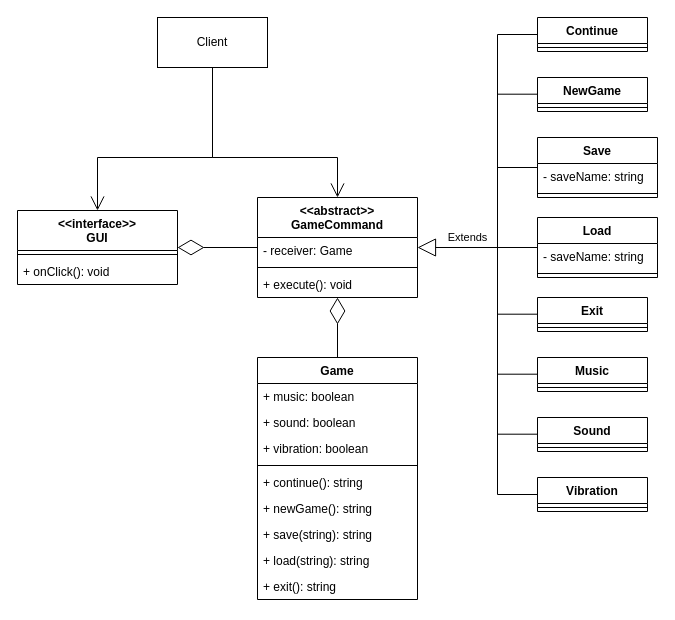
Above: diagrams/behavioral/1iterator.drawio in Vlas1d/BasePatterns (draw.io), before the change. Source tidied: cells renumbered, new cells numbered last; positions are measured from the earlier drawing's top-left corner, leaving out a move shared by most shapes. Both pictures are drawn from the tidied source at 100%, with x=0, y=0 at pixel (17, 17).
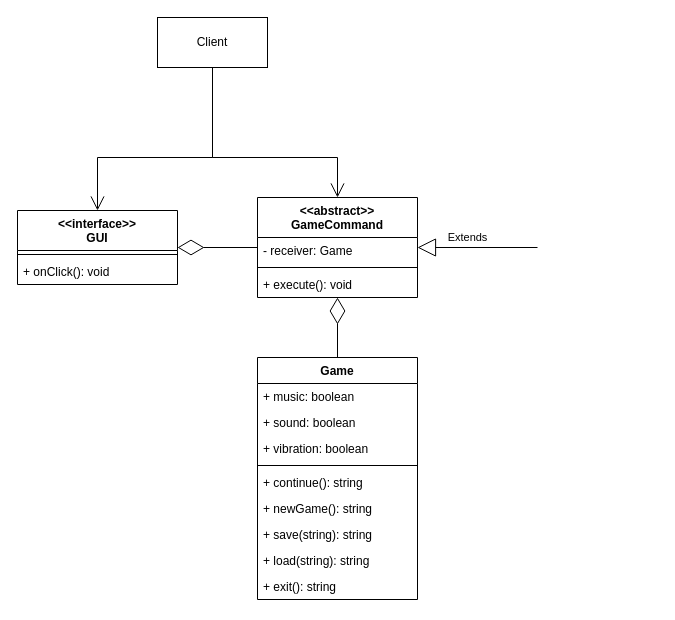
The same page after the edit.

Commit message (it also covers changes not shown here):
Memento(code&diagram)

The change refers to these unchanged cells:
```xml
<mxCell id="7" value="&amp;lt;&amp;lt;abstract&amp;gt;&amp;gt;&lt;br&gt;GameCommand" style="swimlane;fontStyle=1;align=center;verticalAlign=top;horizontal=1;startSize=40;whiteSpace=wrap;html=1;" parent="1" vertex="1">
  <mxGeometry x="240" y="180" width="160" height="100" as="geometry" />
</mxCell>
```

Diff of the diagram source:
```diff
@@
-    <mxCell id="11" value="Continue" style="swimlane;fontStyle=1;align=center;verticalAlign=top;horizontal=1;startSize=26;whiteSpace=wrap;html=1;" parent="1" vertex="1">
-      <mxGeometry x="520" width="110" height="34" as="geometry" />
-    </mxCell>
-    <mxCell id="12" style="line;strokeWidth=1;fillColor=none;align=left;verticalAlign=middle;spacingTop=-1;spacingLeft=3;spacingRight=3;labelPosition=right;strokeColor=inherit;" parent="11" vertex="1">
-      <mxGeometry y="26" width="110" height="8" as="geometry" />
-    </mxCell>
-    <mxCell id="13" value="NewGame" style="swimlane;fontStyle=1;align=center;verticalAlign=top;horizontal=1;startSize=26;whiteSpace=wrap;html=1;" parent="1" vertex="1">
-      <mxGeometry x="520" y="60" width="110" height="34" as="geometry" />
-    </mxCell>
-    <mxCell id="14" style="line;strokeWidth=1;fillColor=none;align=left;verticalAlign=middle;spacingTop=-1;spacingLeft=3;spacingRight=3;labelPosition=right;strokeColor=inherit;" parent="13" vertex="1">
-      <mxGeometry y="26" width="110" height="8" as="geometry" />
-    </mxCell>
-    <mxCell id="15" value="Save" style="swimlane;fontStyle=1;align=center;verticalAlign=top;horizontal=1;startSize=26;whiteSpace=wrap;html=1;" parent="1" vertex="1">
-      <mxGeometry x="520" y="120" width="120" height="60" as="geometry" />
-    </mxCell>
-    <mxCell id="16" value="- saveName: string" style="text;strokeColor=none;fillColor=none;align=left;verticalAlign=top;spacingLeft=4;spacingRight=4;overflow=hidden;whiteSpace=wrap;html=1;" parent="15" vertex="1">
-      <mxGeometry y="26" width="120" height="26" as="geometry" />
-    </mxCell>
-    <mxCell id="17" style="line;strokeWidth=1;fillColor=none;align=left;verticalAlign=middle;spacingTop=-1;spacingLeft=3;spacingRight=3;labelPosition=right;strokeColor=inherit;" parent="15" vertex="1">
-      <mxGeometry y="52" width="120" height="8" as="geometry" />
-    </mxCell>
-    <mxCell id="18" value="Load" style="swimlane;fontStyle=1;align=center;verticalAlign=top;horizontal=1;startSize=26;whiteSpace=wrap;html=1;" parent="1" vertex="1">
-      <mxGeometry x="520" y="200" width="120" height="60" as="geometry" />
-    </mxCell>
-    <mxCell id="19" value="- saveName: string" style="text;strokeColor=none;fillColor=none;align=left;verticalAlign=top;spacingLeft=4;spacingRight=4;overflow=hidden;whiteSpace=wrap;html=1;" parent="18" vertex="1">
-      <mxGeometry y="26" width="120" height="26" as="geometry" />
-    </mxCell>
-    <mxCell id="20" style="line;strokeWidth=1;fillColor=none;align=left;verticalAlign=middle;spacingTop=-1;spacingLeft=3;spacingRight=3;labelPosition=right;strokeColor=inherit;" parent="18" vertex="1">
-      <mxGeometry y="52" width="120" height="8" as="geometry" />
-    </mxCell>
-    <mxCell id="21" value="Exit" style="swimlane;fontStyle=1;align=center;verticalAlign=top;horizontal=1;startSize=26;whiteSpace=wrap;html=1;" parent="1" vertex="1">
-      <mxGeometry x="520" y="280" width="110" height="34" as="geometry" />
-    </mxCell>
-    <mxCell id="22" style="line;strokeWidth=1;fillColor=none;align=left;verticalAlign=middle;spacingTop=-1;spacingLeft=3;spacingRight=3;labelPosition=right;strokeColor=inherit;" parent="21" vertex="1">
-      <mxGeometry y="26" width="110" height="8" as="geometry" />
-    </mxCell>
-    <mxCell id="23" value="Music" style="swimlane;fontStyle=1;align=center;verticalAlign=top;horizontal=1;startSize=26;whiteSpace=wrap;html=1;" parent="1" vertex="1">
-      <mxGeometry x="520" y="340" width="110" height="34" as="geometry" />
-    </mxCell>
-    <mxCell id="24" style="line;strokeWidth=1;fillColor=none;align=left;verticalAlign=middle;spacingTop=-1;spacingLeft=3;spacingRight=3;labelPosition=right;strokeColor=inherit;" parent="23" vertex="1">
-      <mxGeometry y="26" width="110" height="8" as="geometry" />
-    </mxCell>
-    <mxCell id="25" value="Sound" style="swimlane;fontStyle=1;align=center;verticalAlign=top;horizontal=1;startSize=26;whiteSpace=wrap;html=1;" parent="1" vertex="1">
-      <mxGeometry x="520" y="400" width="110" height="34" as="geometry" />
-    </mxCell>
-    <mxCell id="26" style="line;strokeWidth=1;fillColor=none;align=left;verticalAlign=middle;spacingTop=-1;spacingLeft=3;spacingRight=3;labelPosition=right;strokeColor=inherit;" parent="25" vertex="1">
-      <mxGeometry y="26" width="110" height="8" as="geometry" />
-    </mxCell>
-    <mxCell id="27" value="Vibration" style="swimlane;fontStyle=1;align=center;verticalAlign=top;horizontal=1;startSize=26;whiteSpace=wrap;html=1;" parent="1" vertex="1">
-      <mxGeometry x="520" y="460" width="110" height="34" as="geometry" />
-    </mxCell>
-    <mxCell id="28" style="line;strokeWidth=1;fillColor=none;align=left;verticalAlign=middle;spacingTop=-1;spacingLeft=3;spacingRight=3;labelPosition=right;strokeColor=inherit;" parent="27" vertex="1">
-      <mxGeometry y="26" width="110" height="8" as="geometry" />
-    </mxCell>
@@
-    <mxCell id="39" style="endArrow=none;html=1;rounded=0;" parent="1" edge="1">
-      <mxGeometry relative="1" as="geometry">
-        <mxPoint x="480" y="416.7" as="sourcePoint" />
-        <mxPoint x="520" y="416.7" as="targetPoint" />
-      </mxGeometry>
-    </mxCell>
-    <mxCell id="40" style="endArrow=none;html=1;rounded=0;" parent="1" edge="1">
-      <mxGeometry relative="1" as="geometry">
-        <mxPoint x="480" y="356.7" as="sourcePoint" />
-        <mxPoint x="520" y="356.7" as="targetPoint" />
-      </mxGeometry>
-    </mxCell>
-    <mxCell id="41" style="endArrow=none;html=1;rounded=0;" parent="1" edge="1">
-      <mxGeometry relative="1" as="geometry">
-        <mxPoint x="480" y="296.7" as="sourcePoint" />
-        <mxPoint x="520" y="296.7" as="targetPoint" />
-      </mxGeometry>
-    </mxCell>
-    <mxCell id="42" style="endArrow=none;html=1;rounded=0;" parent="1" edge="1">
-      <mxGeometry relative="1" as="geometry">
-        <mxPoint x="480" y="150" as="sourcePoint" />
-        <mxPoint x="520" y="150" as="targetPoint" />
-      </mxGeometry>
-    </mxCell>
-    <mxCell id="43" style="endArrow=none;html=1;rounded=0;" parent="1" edge="1">
-      <mxGeometry relative="1" as="geometry">
-        <mxPoint x="480" y="76.7" as="sourcePoint" />
-        <mxPoint x="520" y="76.7" as="targetPoint" />
-      </mxGeometry>
-    </mxCell>
-    <mxCell id="44" value="Extends" style="endArrow=block;endSize=16;endFill=0;html=1;rounded=0;" parent="1" edge="1" source="18" target="7">
-      <mxGeometry x="0.17" y="-10" relative="1" as="geometry" />
+    <mxCell id="44" value="Extends" style="endArrow=block;endSize=16;endFill=0;html=1;rounded=0;" parent="1" edge="1" target="7">
+      <mxGeometry x="0.17" y="-10" relative="1" as="geometry">
+        <mxPoint x="520" y="230" as="sourcePoint" />
+      </mxGeometry>
     </mxCell>
-    <mxCell id="45" style="endArrow=none;html=1;rounded=0;" parent="1" edge="1" source="27" target="11">
-      <mxGeometry relative="1" as="geometry">
-        <Array as="points">
-          <mxPoint x="480" y="477" />
-          <mxPoint x="480" y="17" />
-        </Array>
-      </mxGeometry>
-    </mxCell>
```
